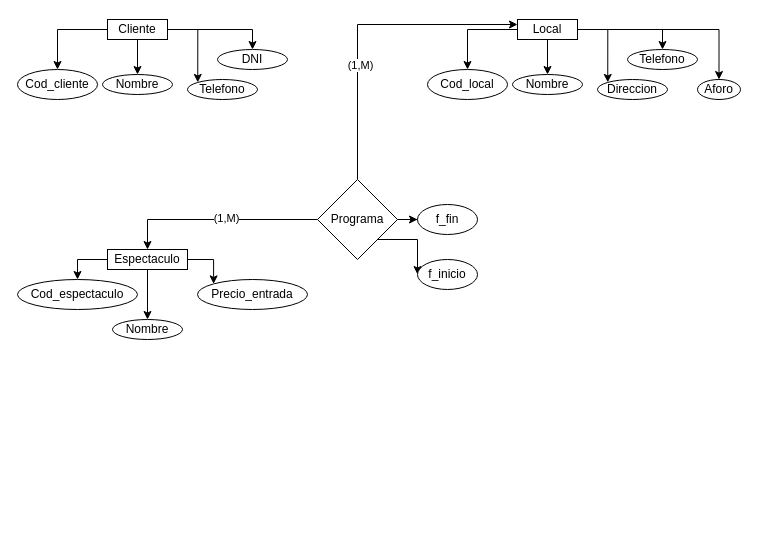
The draw.io diagram ventadeboletas.drawio in jhosebro/Bases-de-datos, before the edit. Source tidied: cells renumbered, new cells numbered last; positions are measured from the earlier drawing's top-left corner, leaving out a move shared by most shapes. Both pictures are drawn from the tidied source at 100%, with x=0, y=0 at pixel (17, 19).
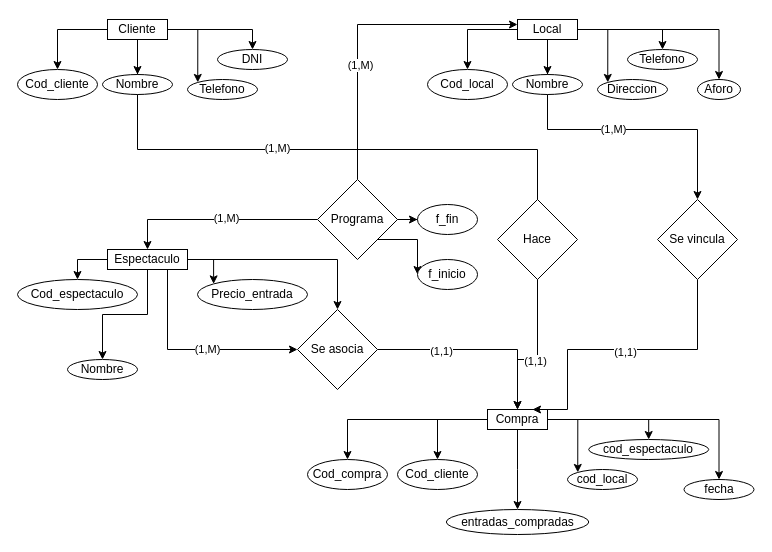
Above is the later version.

Unchanged cells that the change refers to:
```xml
<mxCell id="6" value="Cliente" style="rounded=0;whiteSpace=wrap;html=1;" parent="1" vertex="1">
  <mxGeometry x="90" width="60" height="20" as="geometry" />
</mxCell>
<mxCell id="16" value="Local" style="rounded=0;whiteSpace=wrap;html=1;" parent="1" vertex="1">
  <mxGeometry x="500" width="60" height="20" as="geometry" />
</mxCell>
<mxCell id="25" value="Espectaculo" style="rounded=0;whiteSpace=wrap;html=1;" parent="1" vertex="1">
  <mxGeometry x="90" y="230" width="80" height="20" as="geometry" />
</mxCell>
```

What changed in the source:
```diff
@@
+    <mxCell id="38" style="edgeStyle=orthogonalEdgeStyle;rounded=0;jettySize=auto;html=1;entryX=0.5;entryY=0;entryDx=0;entryDy=0;" parent="1" edge="1" source="6" target="51">
+      <mxGeometry relative="1" as="geometry">
+        <Array as="points">
+          <mxPoint x="120" y="130" />
+          <mxPoint x="520" y="130" />
+          <mxPoint x="520" y="340" />
+        </Array>
+      </mxGeometry>
+    </mxCell>
+    <mxCell id="39" value="(1,M)" style="edgeLabel;html=1;align=center;verticalAlign=middle;" parent="38" vertex="1">
+      <mxGeometry x="-0.37" y="2" relative="1" as="geometry" />
+    </mxCell>
+    <mxCell id="40" value="(1,1)" style="edgeLabel;html=1;align=center;verticalAlign=middle;" parent="38" vertex="1">
+      <mxGeometry x="0.83" y="1" relative="1" as="geometry" />
+    </mxCell>
@@
+    <mxCell id="41" style="edgeStyle=orthogonalEdgeStyle;rounded=0;jettySize=auto;html=1;entryX=0.5;entryY=0;entryDx=0;entryDy=0;" parent="1" edge="1" source="16" target="65">
+      <mxGeometry relative="1" as="geometry">
+        <Array as="points">
+          <mxPoint x="530" y="110" />
+          <mxPoint x="680" y="110" />
+        </Array>
+      </mxGeometry>
+    </mxCell>
+    <mxCell id="42" value="(1,M)" style="edgeLabel;html=1;align=center;verticalAlign=middle;" parent="41" vertex="1">
+      <mxGeometry y="1" relative="1" as="geometry" />
+    </mxCell>
@@
+    <mxCell id="43" style="edgeStyle=orthogonalEdgeStyle;rounded=0;jettySize=auto;html=1;entryX=0;entryY=0.5;entryDx=0;entryDy=0;" parent="1" edge="1" source="25" target="62">
+      <mxGeometry relative="1" as="geometry">
+        <Array as="points">
+          <mxPoint x="150" y="330" />
+        </Array>
+      </mxGeometry>
+    </mxCell>
+    <mxCell id="44" value="(1,M)" style="edgeLabel;html=1;align=center;verticalAlign=middle;" parent="43" vertex="1">
+      <mxGeometry x="0.13" y="1" relative="1" as="geometry" />
+    </mxCell>
@@
     <mxCell id="27" value="Nombre" style="ellipse;whiteSpace=wrap;html=1;" parent="1" vertex="1">
-      <mxGeometry x="95" y="300" width="70" height="20" as="geometry" />
+      <mxGeometry x="50" y="340" width="70" height="20" as="geometry" />
     </mxCell>
@@
+    <mxCell id="45" style="edgeStyle=orthogonalEdgeStyle;rounded=0;jettySize=auto;html=1;" parent="1" edge="1" source="51" target="52">
+      <mxGeometry relative="1" as="geometry" />
+    </mxCell>
+    <mxCell id="46" style="edgeStyle=orthogonalEdgeStyle;rounded=0;jettySize=auto;html=1;entryX=0.5;entryY=0;entryDx=0;entryDy=0;" parent="1" edge="1" source="51" target="55">
+      <mxGeometry relative="1" as="geometry" />
+    </mxCell>
+    <mxCell id="47" style="edgeStyle=orthogonalEdgeStyle;rounded=0;jettySize=auto;html=1;entryX=0;entryY=0;entryDx=0;entryDy=0;" parent="1" edge="1" source="51" target="54">
+      <mxGeometry relative="1" as="geometry" />
+    </mxCell>
+    <mxCell id="48" style="edgeStyle=orthogonalEdgeStyle;rounded=0;jettySize=auto;html=1;entryX=0.5;entryY=0;entryDx=0;entryDy=0;" parent="1" edge="1" source="51" target="53">
+      <mxGeometry relative="1" as="geometry" />
+    </mxCell>
+    <mxCell id="49" style="edgeStyle=orthogonalEdgeStyle;rounded=0;jettySize=auto;html=1;entryX=0.5;entryY=0;entryDx=0;entryDy=0;" parent="1" edge="1" source="51" target="56">
+      <mxGeometry relative="1" as="geometry" />
+    </mxCell>
+    <mxCell id="50" style="edgeStyle=orthogonalEdgeStyle;rounded=0;jettySize=auto;html=1;" parent="1" edge="1" source="51" target="57">
+      <mxGeometry relative="1" as="geometry" />
+    </mxCell>
+    <mxCell id="51" value="Compra" style="rounded=0;whiteSpace=wrap;html=1;" parent="1" vertex="1">
+      <mxGeometry x="470" y="390" width="60" height="20" as="geometry" />
+    </mxCell>
+    <mxCell id="52" value="Cod_cliente" style="ellipse;whiteSpace=wrap;html=1;" parent="1" vertex="1">
+      <mxGeometry x="380" y="440" width="80" height="30" as="geometry" />
+    </mxCell>
+    <mxCell id="53" value="entradas_compradas" style="ellipse;whiteSpace=wrap;html=1;" parent="1" vertex="1">
+      <mxGeometry x="428.8" y="490" width="142.5" height="25" as="geometry" />
+    </mxCell>
+    <mxCell id="54" value="cod_local" style="ellipse;whiteSpace=wrap;html=1;" parent="1" vertex="1">
+      <mxGeometry x="550" y="450" width="70" height="20" as="geometry" />
+    </mxCell>
+    <mxCell id="55" value="cod_espectaculo" style="ellipse;whiteSpace=wrap;html=1;" parent="1" vertex="1">
+      <mxGeometry x="571.2" y="420" width="120" height="20" as="geometry" />
+    </mxCell>
+    <mxCell id="56" value="fecha" style="ellipse;whiteSpace=wrap;html=1;" parent="1" vertex="1">
+      <mxGeometry x="666.5" y="460" width="70" height="20" as="geometry" />
+    </mxCell>
+    <mxCell id="57" value="Cod_compra" style="ellipse;whiteSpace=wrap;html=1;" parent="1" vertex="1">
+      <mxGeometry x="290" y="440" width="80" height="30" as="geometry" />
+    </mxCell>
+    <mxCell id="58" value="Hace" style="rhombus;whiteSpace=wrap;html=1;" parent="1" vertex="1">
+      <mxGeometry x="480" y="180" width="80" height="80" as="geometry" />
+    </mxCell>
+    <mxCell id="59" style="edgeStyle=orthogonalEdgeStyle;rounded=0;jettySize=auto;html=1;entryX=0.5;entryY=0;entryDx=0;entryDy=0;" parent="1" edge="1" source="25" target="62">
+      <mxGeometry relative="1" as="geometry" />
+    </mxCell>
+    <mxCell id="60" style="edgeStyle=orthogonalEdgeStyle;rounded=0;jettySize=auto;html=1;entryX=0.5;entryY=0;entryDx=0;entryDy=0;" parent="1" edge="1" source="62" target="51">
+      <mxGeometry relative="1" as="geometry" />
+    </mxCell>
+    <mxCell id="61" value="(1,1)" style="edgeLabel;html=1;align=center;verticalAlign=middle;" parent="60" vertex="1">
+      <mxGeometry x="-0.37" y="-1" relative="1" as="geometry" />
+    </mxCell>
+    <mxCell id="62" value="Se asocia" style="rhombus;whiteSpace=wrap;html=1;" parent="1" vertex="1">
+      <mxGeometry x="280" y="290" width="80" height="80" as="geometry" />
+    </mxCell>
+    <mxCell id="63" style="edgeStyle=orthogonalEdgeStyle;rounded=0;jettySize=auto;html=1;entryX=0.75;entryY=0;entryDx=0;entryDy=0;" parent="1" edge="1" source="65" target="51">
+      <mxGeometry relative="1" as="geometry">
+        <Array as="points">
+          <mxPoint x="680" y="330" />
+          <mxPoint x="550" y="330" />
+          <mxPoint x="550" y="390" />
+        </Array>
+      </mxGeometry>
+    </mxCell>
+    <mxCell id="64" value="(1,1)" style="edgeLabel;html=1;align=center;verticalAlign=middle;" parent="63" vertex="1">
+      <mxGeometry x="-0.03" y="2" relative="1" as="geometry" />
+    </mxCell>
+    <mxCell id="65" value="Se vincula" style="rhombus;whiteSpace=wrap;html=1;" parent="1" vertex="1">
+      <mxGeometry x="640" y="180" width="80" height="80" as="geometry" />
+    </mxCell>
```
